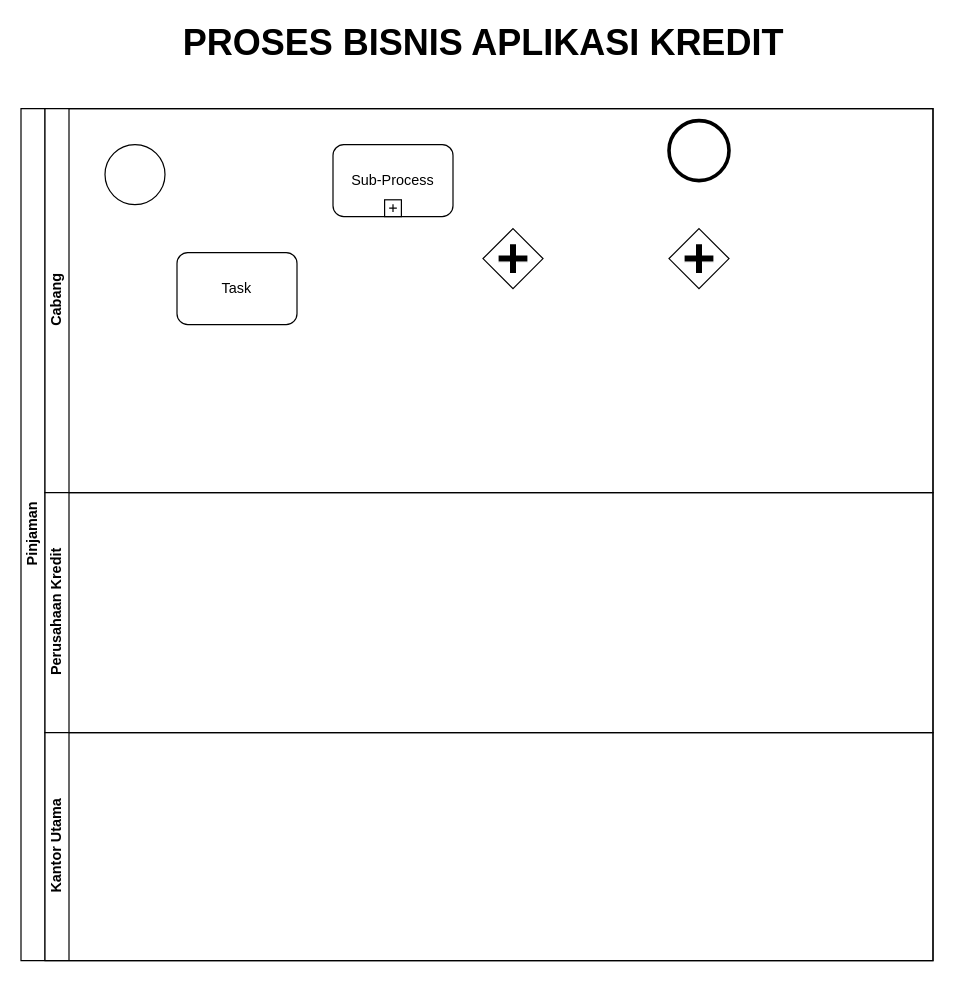
kucingtakucin/Proses-Bisnis-dan-SIM keeps this draw.io diagram as Tugas/BPMN6.drawio. Above is the earlier version. Source tidied: cells renumbered, new cells numbered last; positions are measured from the earlier drawing's top-left corner, leaving out a move shared by most shapes. Both pictures are drawn from the tidied source at 120%, with x=0, y=0 at pixel (20, 24).
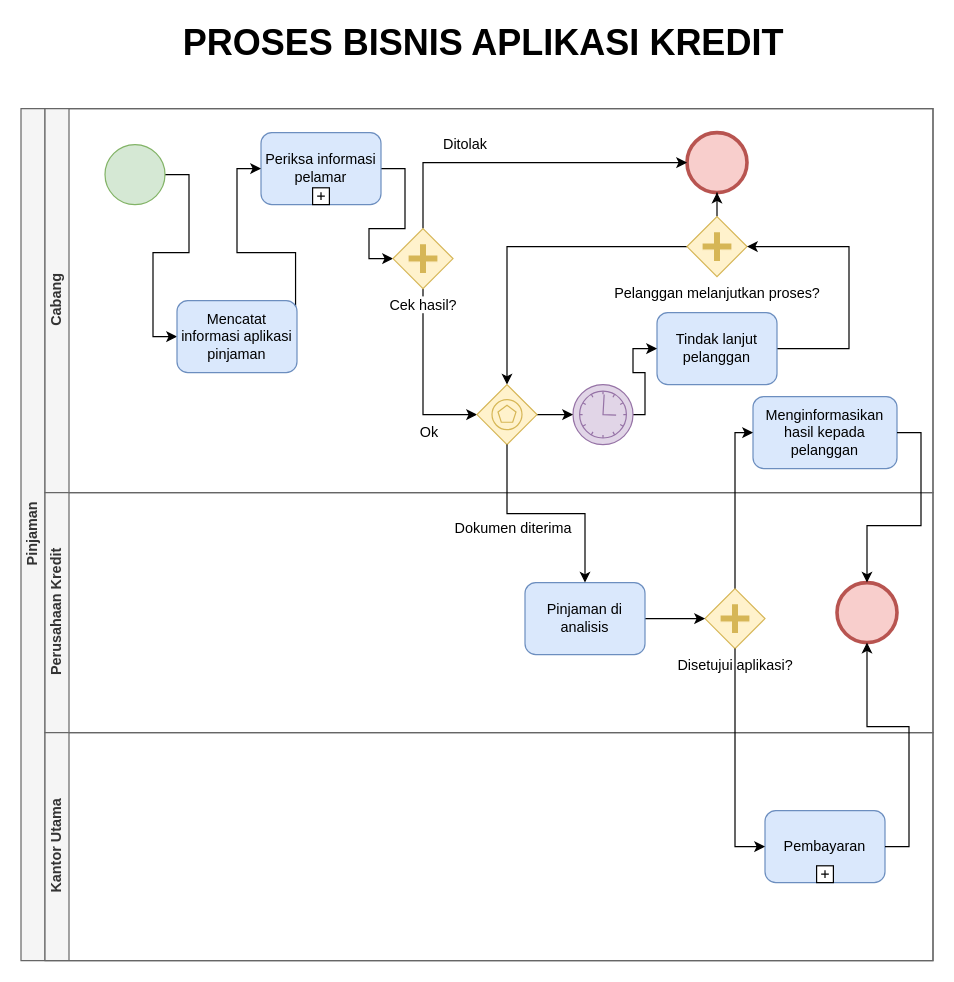
The same diagram, later.

Change to the diagram source:
```diff
@@
-    <mxCell id="3" value="Pinjaman" style="swimlane;html=1;horizontal=0;startSize=20;" parent="1" vertex="1">
+    <mxCell id="3" value="Pinjaman" style="swimlane;html=1;horizontal=0;startSize=20;fillColor=#f5f5f5;strokeColor=#666666;fontColor=#333333;" parent="1" vertex="1">
       <mxGeometry y="70" width="760" height="710" as="geometry" />
     </mxCell>
-    <mxCell id="4" value="Cabang" style="swimlane;html=1;startSize=20;horizontal=0;" parent="3" vertex="1">
+    <mxCell id="4" value="Cabang" style="swimlane;html=1;startSize=20;horizontal=0;fillColor=#f5f5f5;strokeColor=#666666;fontColor=#333333;" parent="3" vertex="1">
       <mxGeometry x="20" width="740" height="320" as="geometry" />
     </mxCell>
+    <mxCell id="14" style="edgeStyle=orthogonalEdgeStyle;rounded=0;jettySize=auto;html=1;entryX=0;entryY=0.5;entryDx=0;entryDy=0;" parent="4" edge="1" source="8" target="11">
+      <mxGeometry relative="1" as="geometry" />
+    </mxCell>
+    <mxCell id="15" value="Ditolak" style="text;html=1;align=center;verticalAlign=middle;" parent="4" vertex="1">
+      <mxGeometry x="320" y="20" width="60" height="20" as="geometry" />
+    </mxCell>
-    <mxCell id="5" style="shape=mxgraph.bpmn.shape;html=1;verticalLabelPosition=bottom;labelBackgroundColor=#ffffff;verticalAlign=top;align=center;perimeter=ellipsePerimeter;outlineConnect=0;outline=end;symbol=general;" parent="4" vertex="1">
-      <mxGeometry x="520" y="10" width="50" height="50" as="geometry" />
+    <mxCell id="5" style="shape=mxgraph.bpmn.shape;html=1;verticalLabelPosition=bottom;labelBackgroundColor=#ffffff;verticalAlign=top;align=center;perimeter=ellipsePerimeter;outlineConnect=0;outline=end;symbol=general;fillColor=#f8cecc;strokeColor=#b85450;" parent="4" vertex="1">
+      <mxGeometry x="535" y="20" width="50" height="50" as="geometry" />
     </mxCell>
+    <mxCell id="8" style="shape=mxgraph.bpmn.shape;html=1;verticalLabelPosition=bottom;labelBackgroundColor=#ffffff;verticalAlign=top;align=center;perimeter=ellipsePerimeter;outlineConnect=0;outline=standard;symbol=general;fillColor=#d5e8d4;strokeColor=#82b366;" parent="4" vertex="1">
+      <mxGeometry x="50" y="30" width="50" height="50" as="geometry" />
+    </mxCell>
+    <mxCell id="16" style="edgeStyle=orthogonalEdgeStyle;rounded=0;jettySize=auto;html=1;entryX=0;entryY=0.5;entryDx=0;entryDy=0;" parent="4" edge="1" source="6" target="9">
+      <mxGeometry relative="1" as="geometry" />
+    </mxCell>
-    <mxCell id="6" value="Sub-Process" style="html=1;whiteSpace=wrap;rounded=1;" parent="4" vertex="1">
-      <mxGeometry x="240" y="30" width="100" height="60" as="geometry" />
+    <mxCell id="6" value="Periksa informasi pelamar" style="html=1;whiteSpace=wrap;rounded=1;fillColor=#dae8fc;strokeColor=#6c8ebf;" parent="4" vertex="1">
+      <mxGeometry x="180" y="20" width="100" height="60" as="geometry" />
     </mxCell>
@@
-    <mxCell id="8" style="shape=mxgraph.bpmn.shape;html=1;verticalLabelPosition=bottom;labelBackgroundColor=#ffffff;verticalAlign=top;align=center;perimeter=ellipsePerimeter;outlineConnect=0;outline=standard;symbol=general;" parent="4" vertex="1">
-      <mxGeometry x="50" y="30" width="50" height="50" as="geometry" />
-    </mxCell>
+    <mxCell id="17" style="edgeStyle=orthogonalEdgeStyle;rounded=0;jettySize=auto;html=1;exitX=0.5;exitY=0;exitDx=0;exitDy=0;entryX=0;entryY=0.5;entryDx=0;entryDy=0;" parent="4" edge="1" source="9" target="5">
+      <mxGeometry relative="1" as="geometry" />
+    </mxCell>
+    <mxCell id="18" style="edgeStyle=orthogonalEdgeStyle;rounded=0;jettySize=auto;html=1;entryX=0;entryY=0.5;entryDx=0;entryDy=0;exitX=0.5;exitY=1;exitDx=0;exitDy=0;" parent="4" edge="1" source="9" target="27">
+      <mxGeometry relative="1" as="geometry" />
+    </mxCell>
+    <mxCell id="19" style="edgeStyle=orthogonalEdgeStyle;rounded=0;jettySize=auto;html=1;" parent="4" edge="1" source="10" target="5">
+      <mxGeometry relative="1" as="geometry" />
+    </mxCell>
+    <mxCell id="20" style="edgeStyle=orthogonalEdgeStyle;rounded=0;jettySize=auto;html=1;" parent="4" edge="1" source="10" target="27">
+      <mxGeometry relative="1" as="geometry" />
+    </mxCell>
+    <mxCell id="10" value="Pelanggan melanjutkan proses?" style="shape=mxgraph.bpmn.shape;html=1;verticalLabelPosition=bottom;labelBackgroundColor=#ffffff;verticalAlign=top;align=center;perimeter=rhombusPerimeter;background=gateway;outlineConnect=0;outline=none;symbol=parallelGw;fillColor=#fff2cc;strokeColor=#d6b656;" parent="4" vertex="1">
+      <mxGeometry x="535" y="90" width="50" height="50" as="geometry" />
+    </mxCell>
-    <mxCell id="9" style="shape=mxgraph.bpmn.shape;html=1;verticalLabelPosition=bottom;labelBackgroundColor=#ffffff;verticalAlign=top;align=center;perimeter=rhombusPerimeter;background=gateway;outlineConnect=0;outline=none;symbol=parallelGw;" parent="4" vertex="1">
-      <mxGeometry x="365" y="100" width="50" height="50" as="geometry" />
+    <mxCell id="9" value="Cek hasil?" style="shape=mxgraph.bpmn.shape;html=1;verticalLabelPosition=bottom;labelBackgroundColor=#ffffff;verticalAlign=top;align=center;perimeter=rhombusPerimeter;background=gateway;outlineConnect=0;outline=none;symbol=parallelGw;fillColor=#fff2cc;strokeColor=#d6b656;" parent="4" vertex="1">
+      <mxGeometry x="290" y="100" width="50" height="50" as="geometry" />
     </mxCell>
-    <mxCell id="10" style="shape=mxgraph.bpmn.shape;html=1;verticalLabelPosition=bottom;labelBackgroundColor=#ffffff;verticalAlign=top;align=center;perimeter=rhombusPerimeter;background=gateway;outlineConnect=0;outline=none;symbol=parallelGw;" parent="4" vertex="1">
-      <mxGeometry x="520" y="100" width="50" height="50" as="geometry" />
-    </mxCell>
+    <mxCell id="21" style="edgeStyle=orthogonalEdgeStyle;rounded=0;jettySize=auto;html=1;entryX=0;entryY=0.5;entryDx=0;entryDy=0;exitX=0.988;exitY=0.445;exitDx=0;exitDy=0;exitPerimeter=0;" parent="4" edge="1" source="11" target="6">
+      <mxGeometry relative="1" as="geometry" />
+    </mxCell>
-    <mxCell id="11" value="Task" style="shape=ext;rounded=1;html=1;whiteSpace=wrap;" parent="4" vertex="1">
-      <mxGeometry x="110" y="120" width="100" height="60" as="geometry" />
+    <mxCell id="11" value="&lt;span class=&quot;tlid-translation translation&quot; lang=&quot;id&quot;&gt;&lt;span title=&quot;&quot; class=&quot;&quot;&gt;Mencatat informasi aplikasi pinjaman&lt;/span&gt;&lt;/span&gt;" style="shape=ext;rounded=1;html=1;whiteSpace=wrap;fillColor=#dae8fc;strokeColor=#6c8ebf;" parent="4" vertex="1">
+      <mxGeometry x="110" y="160" width="100" height="60" as="geometry" />
     </mxCell>
+    <mxCell id="22" style="edgeStyle=orthogonalEdgeStyle;rounded=0;jettySize=auto;html=1;entryX=1;entryY=0.5;entryDx=0;entryDy=0;exitX=1;exitY=0.5;exitDx=0;exitDy=0;" parent="4" edge="1" source="23" target="10">
+      <mxGeometry relative="1" as="geometry">
+        <Array as="points">
+          <mxPoint x="670" y="200" />
+          <mxPoint x="670" y="115" />
+        </Array>
+      </mxGeometry>
+    </mxCell>
+    <mxCell id="23" value="Tindak lanjut pelanggan" style="shape=ext;rounded=1;html=1;whiteSpace=wrap;fillColor=#dae8fc;strokeColor=#6c8ebf;" parent="4" vertex="1">
+      <mxGeometry x="510" y="170" width="100" height="60" as="geometry" />
+    </mxCell>
+    <mxCell id="24" style="edgeStyle=orthogonalEdgeStyle;rounded=0;jettySize=auto;html=1;entryX=0;entryY=0.5;entryDx=0;entryDy=0;" parent="4" edge="1" source="25" target="23">
+      <mxGeometry relative="1" as="geometry">
+        <Array as="points">
+          <mxPoint x="500" y="255" />
+          <mxPoint x="500" y="220" />
+          <mxPoint x="490" y="220" />
+          <mxPoint x="490" y="200" />
+        </Array>
+      </mxGeometry>
+    </mxCell>
+    <mxCell id="25" style="shape=mxgraph.bpmn.shape;html=1;verticalLabelPosition=bottom;labelBackgroundColor=#ffffff;verticalAlign=top;align=center;perimeter=ellipsePerimeter;outlineConnect=0;outline=eventInt;symbol=timer;fillColor=#e1d5e7;strokeColor=#9673a6;" parent="4" vertex="1">
+      <mxGeometry x="440" y="230" width="50" height="50" as="geometry" />
+    </mxCell>
+    <mxCell id="26" style="edgeStyle=orthogonalEdgeStyle;rounded=0;jettySize=auto;html=1;" parent="4" edge="1" source="27" target="25">
+      <mxGeometry relative="1" as="geometry" />
+    </mxCell>
+    <mxCell id="27" style="shape=mxgraph.bpmn.shape;html=1;verticalLabelPosition=bottom;labelBackgroundColor=#ffffff;verticalAlign=top;align=center;perimeter=rhombusPerimeter;background=gateway;outlineConnect=0;outline=standard;symbol=multiple;fillColor=#fff2cc;strokeColor=#d6b656;" parent="4" vertex="1">
+      <mxGeometry x="360" y="230" width="50" height="50" as="geometry" />
+    </mxCell>
+    <mxCell id="28" value="Menginformasikan hasil kepada pelanggan" style="shape=ext;rounded=1;html=1;whiteSpace=wrap;fillColor=#dae8fc;strokeColor=#6c8ebf;" parent="4" vertex="1">
+      <mxGeometry x="590" y="240" width="120" height="60" as="geometry" />
+    </mxCell>
-    <mxCell id="12" value="Perusahaan Kredit" style="swimlane;html=1;startSize=20;horizontal=0;" parent="3" vertex="1">
+    <mxCell id="12" value="Perusahaan Kredit" style="swimlane;html=1;startSize=20;horizontal=0;fillColor=#f5f5f5;strokeColor=#666666;fontColor=#333333;" parent="3" vertex="1">
       <mxGeometry x="20" y="320" width="740" height="200" as="geometry" />
     </mxCell>
+    <mxCell id="29" style="shape=mxgraph.bpmn.shape;html=1;verticalLabelPosition=bottom;labelBackgroundColor=#ffffff;verticalAlign=top;align=center;perimeter=ellipsePerimeter;outlineConnect=0;outline=end;symbol=general;fillColor=#f8cecc;strokeColor=#b85450;" parent="12" vertex="1">
+      <mxGeometry x="660" y="75" width="50" height="50" as="geometry" />
+    </mxCell>
+    <mxCell id="30" value="Disetujui aplikasi?" style="shape=mxgraph.bpmn.shape;html=1;verticalLabelPosition=bottom;labelBackgroundColor=#ffffff;verticalAlign=top;align=center;perimeter=rhombusPerimeter;background=gateway;outlineConnect=0;outline=none;symbol=parallelGw;fillColor=#fff2cc;strokeColor=#d6b656;" parent="12" vertex="1">
+      <mxGeometry x="550" y="80" width="50" height="50" as="geometry" />
+    </mxCell>
+    <mxCell id="31" style="edgeStyle=orthogonalEdgeStyle;rounded=0;jettySize=auto;html=1;" parent="12" edge="1" source="32" target="30">
+      <mxGeometry relative="1" as="geometry" />
+    </mxCell>
+    <mxCell id="32" value="Pinjaman di analisis" style="shape=ext;rounded=1;html=1;whiteSpace=wrap;fillColor=#dae8fc;strokeColor=#6c8ebf;" parent="12" vertex="1">
+      <mxGeometry x="400" y="75" width="100" height="60" as="geometry" />
+    </mxCell>
-    <mxCell id="13" value="Kantor Utama" style="swimlane;html=1;startSize=20;horizontal=0;" parent="3" vertex="1">
+    <mxCell id="13" value="Kantor Utama" style="swimlane;html=1;startSize=20;horizontal=0;fillColor=#f5f5f5;strokeColor=#666666;fontColor=#333333;" parent="3" vertex="1">
       <mxGeometry x="20" y="520" width="740" height="190" as="geometry" />
     </mxCell>
+    <mxCell id="33" value="Pembayaran" style="html=1;whiteSpace=wrap;rounded=1;fillColor=#dae8fc;strokeColor=#6c8ebf;" parent="13" vertex="1">
+      <mxGeometry x="600" y="65" width="100" height="60" as="geometry" />
+    </mxCell>
+    <mxCell id="34" style="html=1;shape=plus;" parent="33" vertex="1">
+      <mxGeometry x="0.5" y="1" width="14" height="14" relative="1" as="geometry">
+        <mxPoint x="-7" y="-14" as="offset" />
+      </mxGeometry>
+    </mxCell>
+    <mxCell id="35" style="edgeStyle=orthogonalEdgeStyle;rounded=0;jettySize=auto;html=1;" parent="3" edge="1" source="27" target="32">
+      <mxGeometry relative="1" as="geometry" />
+    </mxCell>
+    <mxCell id="36" style="edgeStyle=orthogonalEdgeStyle;rounded=0;jettySize=auto;html=1;entryX=0;entryY=0.5;entryDx=0;entryDy=0;exitX=0.5;exitY=0;exitDx=0;exitDy=0;fontStyle=4;" parent="3" edge="1" source="30" target="28">
+      <mxGeometry relative="1" as="geometry">
+        <Array as="points">
+          <mxPoint x="595" y="270" />
+        </Array>
+      </mxGeometry>
+    </mxCell>
+    <mxCell id="37" style="edgeStyle=orthogonalEdgeStyle;rounded=0;jettySize=auto;html=1;exitX=1;exitY=0.5;exitDx=0;exitDy=0;" parent="3" edge="1" source="28" target="29">
+      <mxGeometry relative="1" as="geometry" />
+    </mxCell>
+    <mxCell id="38" style="edgeStyle=orthogonalEdgeStyle;rounded=0;jettySize=auto;html=1;entryX=0;entryY=0.5;entryDx=0;entryDy=0;" parent="3" edge="1" source="30" target="33">
+      <mxGeometry relative="1" as="geometry" />
+    </mxCell>
+    <mxCell id="39" style="edgeStyle=orthogonalEdgeStyle;rounded=0;jettySize=auto;html=1;exitX=1;exitY=0.5;exitDx=0;exitDy=0;" parent="3" edge="1" source="33" target="29">
+      <mxGeometry relative="1" as="geometry" />
+    </mxCell>
+    <mxCell id="40" value="Ok" style="text;html=1;align=center;verticalAlign=middle;" parent="1" vertex="1">
+      <mxGeometry x="325" y="330" width="30" height="20" as="geometry" />
+    </mxCell>
+    <mxCell id="41" value="Dokumen diterima" style="text;html=1;align=center;verticalAlign=middle;" parent="1" vertex="1">
+      <mxGeometry x="345" y="410" width="130" height="20" as="geometry" />
+    </mxCell>
```
